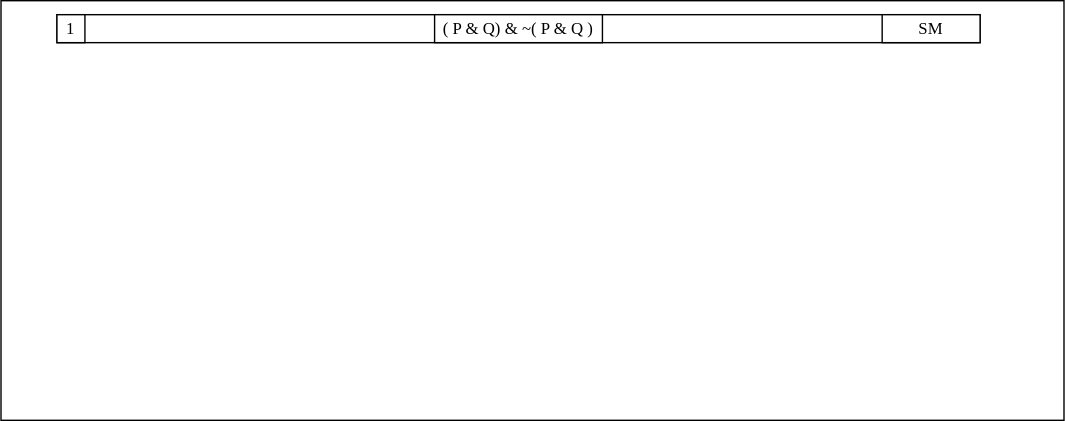
The draw.io diagram truth-trees.svg in thomasabishop/logic-diagrams, before a commit. Source tidied: cells renumbered, new cells last; positions are measured from the earlier drawing's top-left corner, leaving out a move shared by most shapes.
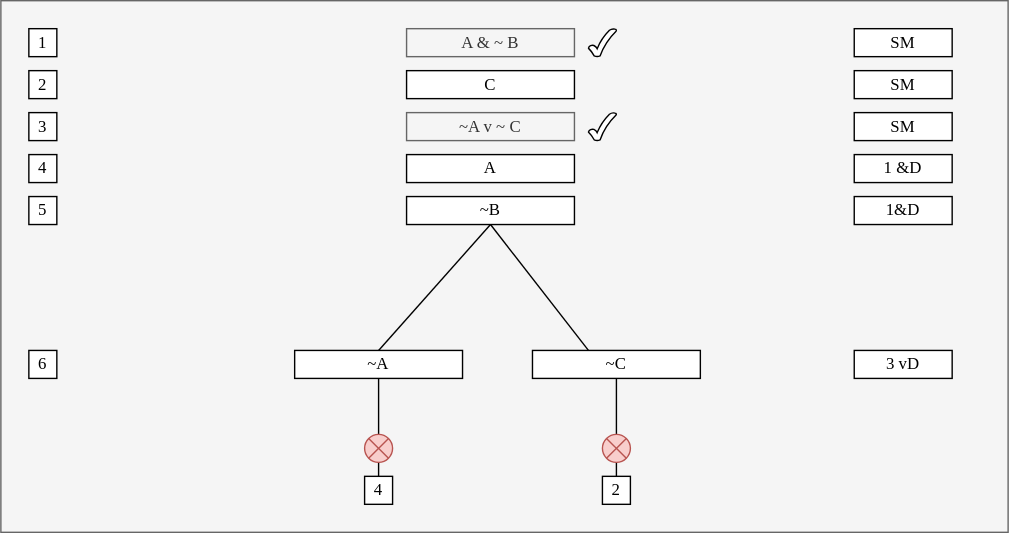
The same file after the commit.

The edit, as a diff of the source:
```diff
@@ -2,20 +2,112 @@
   <root>
     <mxCell id="0" />
     <mxCell id="1" parent="0" />
-    <mxCell id="2" style="rounded=0;whiteSpace=wrap;html=1;align=left;" parent="1" vertex="1">
-      <mxGeometry width="760" height="300" as="geometry" />
+    <mxCell id="2" style="rounded=0;whiteSpace=wrap;html=1;align=left;fillColor=#f5f5f5;fontColor=#333333;strokeColor=#666666;" parent="1" vertex="1">
+      <mxGeometry x="10" y="-10" width="720" height="380" as="geometry" />
     </mxCell>
-    <mxCell id="3" style="rounded=0;whiteSpace=wrap;html=1;fontFamily=Lucida Console;" parent="1" vertex="1">
-      <mxGeometry x="40" y="10" width="660" height="20" as="geometry" />
-    </mxCell>
-    <mxCell id="4" value="&lt;span&gt;( P &amp;amp; Q) &amp;amp; ~( P &amp;amp; Q )&lt;/span&gt;" style="rounded=0;whiteSpace=wrap;html=1;fontFamily=Lucida Console;" parent="1" vertex="1">
-      <mxGeometry x="310" y="10" width="120" height="20" as="geometry" />
-    </mxCell>
-    <mxCell id="5" value="SM" style="rounded=0;whiteSpace=wrap;html=1;fontFamily=Lucida Console;" parent="1" vertex="1">
-      <mxGeometry x="630" y="10" width="70" height="20" as="geometry" />
-    </mxCell>
+    <mxCell id="7" style="endArrow=none;html=1;rounded=0;fontFamily=Lucida Console;" parent="1" edge="1">
+      <mxGeometry relative="1" as="geometry">
+        <mxPoint x="280" y="240" as="sourcePoint" />
+        <mxPoint x="360" y="150" as="targetPoint" />
+      </mxGeometry>
+    </mxCell>
+    <mxCell id="8" style="endArrow=none;html=1;rounded=0;fontFamily=Lucida Console;" parent="1" edge="1">
+      <mxGeometry relative="1" as="geometry">
+        <mxPoint x="360" y="150" as="sourcePoint" />
+        <mxPoint x="430" y="240" as="targetPoint" />
+      </mxGeometry>
+    </mxCell>
+    <mxCell id="9" style="edgeStyle=orthogonalEdgeStyle;rounded=0;jettySize=auto;html=1;fontFamily=Lucida Console;endArrow=none;endFill=0;" parent="1" edge="1" source="10">
+      <mxGeometry relative="1" as="geometry">
+        <mxPoint x="280" y="300" as="targetPoint" />
+      </mxGeometry>
+    </mxCell>
+    <mxCell id="10" value="~A" style="rounded=0;whiteSpace=wrap;html=1;fontFamily=Lucida Console;" parent="1" vertex="1">
+      <mxGeometry x="220" y="240" width="120" height="20" as="geometry" />
+    </mxCell>
+    <mxCell id="11" value="3 vD" style="rounded=0;whiteSpace=wrap;html=1;fontFamily=Lucida Console;" parent="1" vertex="1">
+      <mxGeometry x="620" y="240" width="70" height="20" as="geometry" />
+    </mxCell>
+    <mxCell id="12" value="6" style="rounded=0;whiteSpace=wrap;html=1;fontFamily=Lucida Console;" parent="1" vertex="1">
+      <mxGeometry x="30" y="240" width="20" height="20" as="geometry" />
+    </mxCell>
+    <mxCell id="13" value="~C" style="rounded=0;whiteSpace=wrap;html=1;fontFamily=Lucida Console;" parent="1" vertex="1">
+      <mxGeometry x="390" y="240" width="120" height="20" as="geometry" />
+    </mxCell>
+    <mxCell id="14" value="A &amp;amp; ~ B" style="rounded=0;whiteSpace=wrap;html=1;fontFamily=Lucida Console;fillColor=#f5f5f5;fontColor=#333333;strokeColor=#666666;" parent="1" vertex="1">
+      <mxGeometry x="300" y="10" width="120" height="20" as="geometry" />
+    </mxCell>
+    <mxCell id="15" value="SM" style="rounded=0;whiteSpace=wrap;html=1;fontFamily=Lucida Console;" parent="1" vertex="1">
+      <mxGeometry x="620" y="10" width="70" height="20" as="geometry" />
+    </mxCell>
     <mxCell id="6" value="1" style="rounded=0;whiteSpace=wrap;html=1;fontFamily=Lucida Console;" parent="1" vertex="1">
-      <mxGeometry x="40" y="10" width="20" height="20" as="geometry" />
+      <mxGeometry x="30" y="10" width="20" height="20" as="geometry" />
     </mxCell>
+    <mxCell id="16" value="C" style="rounded=0;whiteSpace=wrap;html=1;fontFamily=Lucida Console;" parent="1" vertex="1">
+      <mxGeometry x="300" y="40" width="120" height="20" as="geometry" />
+    </mxCell>
+    <mxCell id="17" value="SM" style="rounded=0;whiteSpace=wrap;html=1;fontFamily=Lucida Console;" parent="1" vertex="1">
+      <mxGeometry x="620" y="40" width="70" height="20" as="geometry" />
+    </mxCell>
+    <mxCell id="18" value="2" style="rounded=0;whiteSpace=wrap;html=1;fontFamily=Lucida Console;" parent="1" vertex="1">
+      <mxGeometry x="30" y="40" width="20" height="20" as="geometry" />
+    </mxCell>
+    <mxCell id="19" value="~A v ~ C" style="rounded=0;whiteSpace=wrap;html=1;fontFamily=Lucida Console;fillColor=#f5f5f5;fontColor=#333333;strokeColor=#666666;" parent="1" vertex="1">
+      <mxGeometry x="300" y="70" width="120" height="20" as="geometry" />
+    </mxCell>
+    <mxCell id="20" value="SM" style="rounded=0;whiteSpace=wrap;html=1;fontFamily=Lucida Console;" parent="1" vertex="1">
+      <mxGeometry x="620" y="70" width="70" height="20" as="geometry" />
+    </mxCell>
+    <mxCell id="21" value="3" style="rounded=0;whiteSpace=wrap;html=1;fontFamily=Lucida Console;" parent="1" vertex="1">
+      <mxGeometry x="30" y="70" width="20" height="20" as="geometry" />
+    </mxCell>
+    <mxCell id="22" value="A" style="rounded=0;whiteSpace=wrap;html=1;fontFamily=Lucida Console;" parent="1" vertex="1">
+      <mxGeometry x="300" y="100" width="120" height="20" as="geometry" />
+    </mxCell>
+    <mxCell id="23" value="1 &amp;amp;D" style="rounded=0;whiteSpace=wrap;html=1;fontFamily=Lucida Console;" parent="1" vertex="1">
+      <mxGeometry x="620" y="100" width="70" height="20" as="geometry" />
+    </mxCell>
+    <mxCell id="24" value="4" style="rounded=0;whiteSpace=wrap;html=1;fontFamily=Lucida Console;" parent="1" vertex="1">
+      <mxGeometry x="30" y="100" width="20" height="20" as="geometry" />
+    </mxCell>
+    <mxCell id="25" value="~B" style="rounded=0;whiteSpace=wrap;html=1;fontFamily=Lucida Console;" parent="1" vertex="1">
+      <mxGeometry x="300" y="130" width="120" height="20" as="geometry" />
+    </mxCell>
+    <mxCell id="26" value="1&amp;amp;D" style="rounded=0;whiteSpace=wrap;html=1;fontFamily=Lucida Console;" parent="1" vertex="1">
+      <mxGeometry x="620" y="130" width="70" height="20" as="geometry" />
+    </mxCell>
+    <mxCell id="27" value="5" style="rounded=0;whiteSpace=wrap;html=1;fontFamily=Lucida Console;" parent="1" vertex="1">
+      <mxGeometry x="30" y="130" width="20" height="20" as="geometry" />
+    </mxCell>
+    <mxCell id="28" style="verticalLabelPosition=bottom;verticalAlign=top;html=1;shape=mxgraph.basic.tick;fontFamily=Lucida Console;" parent="1" vertex="1">
+      <mxGeometry x="430" y="10" width="20" height="20" as="geometry" />
+    </mxCell>
+    <mxCell id="29" style="verticalLabelPosition=bottom;verticalAlign=top;html=1;shape=mxgraph.basic.tick;fontFamily=Lucida Console;" parent="1" vertex="1">
+      <mxGeometry x="430" y="70" width="20" height="20" as="geometry" />
+    </mxCell>
+    <mxCell id="30" style="edgeStyle=orthogonalEdgeStyle;rounded=0;jettySize=auto;html=1;exitX=0.5;exitY=1;exitDx=0;exitDy=0;fontFamily=Lucida Console;endArrow=none;endFill=0;" parent="1" edge="1" source="31" target="32">
+      <mxGeometry relative="1" as="geometry" />
+    </mxCell>
+    <mxCell id="31" style="shape=sumEllipse;perimeter=ellipsePerimeter;whiteSpace=wrap;html=1;backgroundOutline=1;fontFamily=Lucida Console;fillColor=#f8cecc;strokeColor=#b85450;" parent="1" vertex="1">
+      <mxGeometry x="270" y="300" width="20" height="20" as="geometry" />
+    </mxCell>
+    <mxCell id="32" value="4" style="rounded=0;whiteSpace=wrap;html=1;fontFamily=Lucida Console;" parent="1" vertex="1">
+      <mxGeometry x="270" y="330" width="20" height="20" as="geometry" />
+    </mxCell>
+    <mxCell id="33" style="edgeStyle=orthogonalEdgeStyle;rounded=0;orthogonalLoop=1;jettySize=auto;html=1;fontFamily=Lucida Console;endArrow=none;endFill=0;" parent="1" edge="1">
+      <mxGeometry relative="1" as="geometry">
+        <mxPoint x="450" y="260" as="sourcePoint" />
+        <mxPoint x="450" y="300" as="targetPoint" />
+      </mxGeometry>
+    </mxCell>
+    <mxCell id="34" style="edgeStyle=orthogonalEdgeStyle;rounded=0;jettySize=auto;html=1;exitX=0.5;exitY=1;exitDx=0;exitDy=0;fontFamily=Lucida Console;endArrow=none;endFill=0;" parent="1" edge="1" source="35" target="36">
+      <mxGeometry relative="1" as="geometry" />
+    </mxCell>
+    <mxCell id="35" style="shape=sumEllipse;perimeter=ellipsePerimeter;whiteSpace=wrap;html=1;backgroundOutline=1;fontFamily=Lucida Console;fillColor=#f8cecc;strokeColor=#b85450;" parent="1" vertex="1">
+      <mxGeometry x="440" y="300" width="20" height="20" as="geometry" />
+    </mxCell>
+    <mxCell id="36" value="2" style="rounded=0;whiteSpace=wrap;html=1;fontFamily=Lucida Console;" parent="1" vertex="1">
+      <mxGeometry x="440" y="330" width="20" height="20" as="geometry" />
+    </mxCell>
   </root>
 </mxGraphModel>
```
